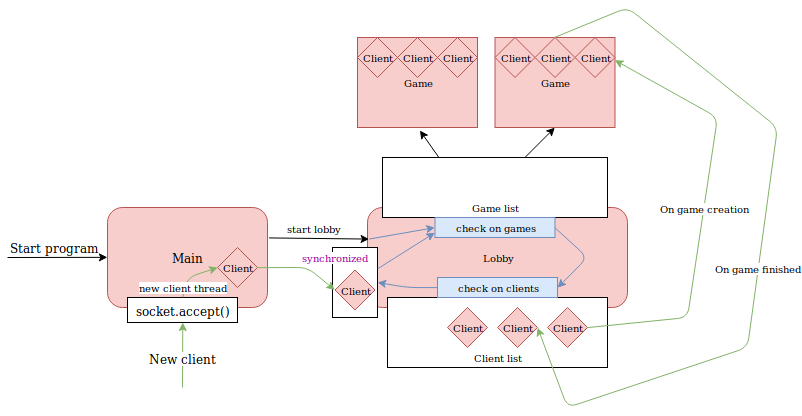
Before: Server.png, a diagram exported from draw.io (Wcubed/Project-SP04-07). Source tidied: cells renumbered, new cells last; positions are measured from the earlier drawing's top-left corner, leaving out a move shared by most shapes.
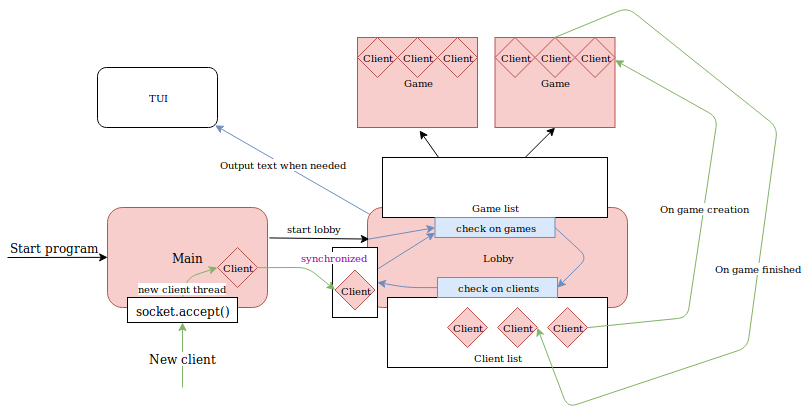
After the commit.

Commit message:
+ Added tui to server diagram

What changed in the source:
```diff
@@ -171,5 +171,14 @@
     <mxCell id="44" style="endArrow=classic;html=1;fontSize=10;fontColor=#000000;exitX=1.007;exitY=0.3;exitDx=0;exitDy=0;exitPerimeter=0;entryX=0;entryY=0.75;entryDx=0;entryDy=0;fillColor=#dae8fc;strokeColor=#6c8ebf;" parent="1" edge="1" source="40" target="22">
       <mxGeometry relative="1" as="geometry" />
     </mxCell>
+    <mxCell id="45" value="TUI" style="rounded=1;whiteSpace=wrap;html=1;fontSize=10;fontColor=#000000;" parent="1" vertex="1">
+      <mxGeometry x="90" y="60" width="120" height="60" as="geometry" />
+    </mxCell>
+    <mxCell id="46" style="endArrow=classic;html=1;fontSize=10;fontColor=#990099;entryX=0.98;entryY=0.967;entryDx=0;entryDy=0;entryPerimeter=0;fillColor=#dae8fc;strokeColor=#6c8ebf;exitX=0.009;exitY=0.07;exitDx=0;exitDy=0;exitPerimeter=0;" parent="1" edge="1" source="11" target="45">
+      <mxGeometry relative="1" as="geometry" />
+    </mxCell>
+    <mxCell id="47" value="Output text when needed" style="text;html=1;align=center;verticalAlign=middle;labelBackgroundColor=#ffffff;fontSize=10;fontColor=#000000;" parent="46" vertex="1">
+      <mxGeometry x="0.13" relative="1" as="geometry" />
+    </mxCell>
   </root>
 </mxGraphModel>
```
